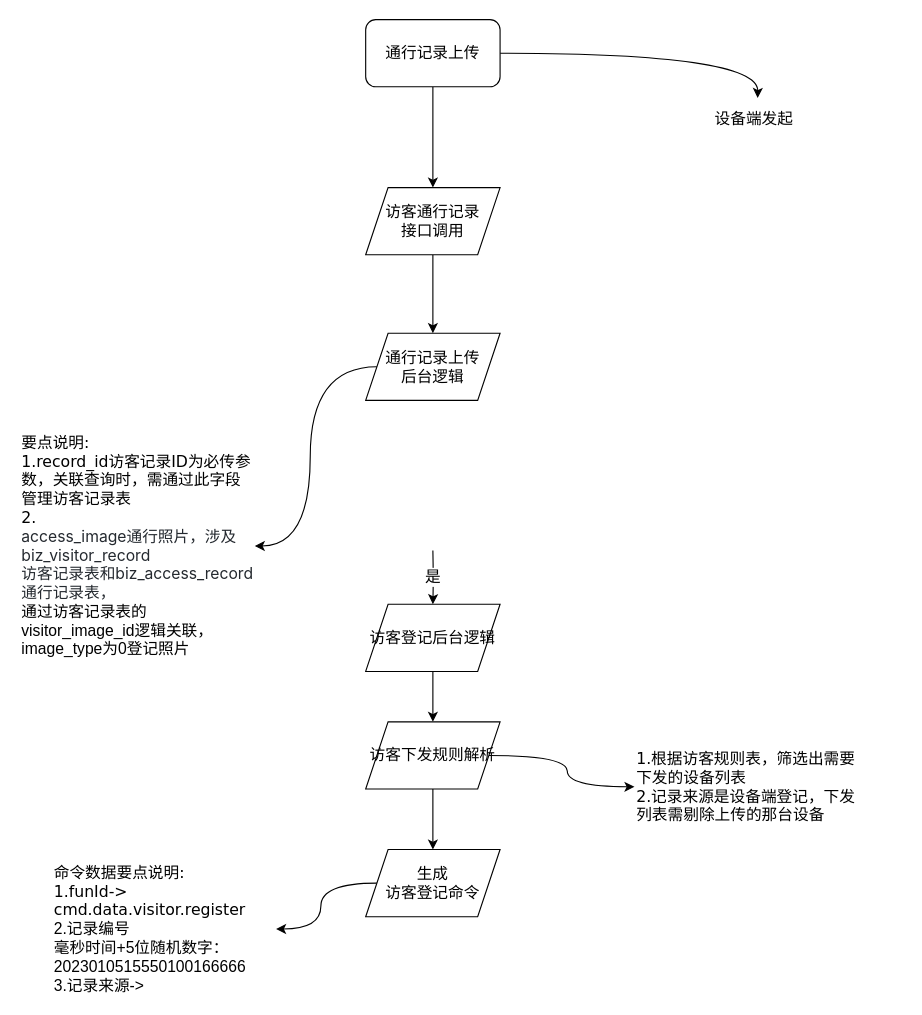
Above: page "通行记录上传" (11 of 11) of 访客功能-线下平台和设备交互流程.drawio in chwnjianhui/draw.io (draw.io), before the change. Source tidied: cells renumbered, new cells numbered last; positions are measured from the earlier drawing's top-left corner, leaving out a move shared by most shapes. Both pictures are drawn from the tidied source at 112%, with x=0, y=0 at pixel (19, 19).
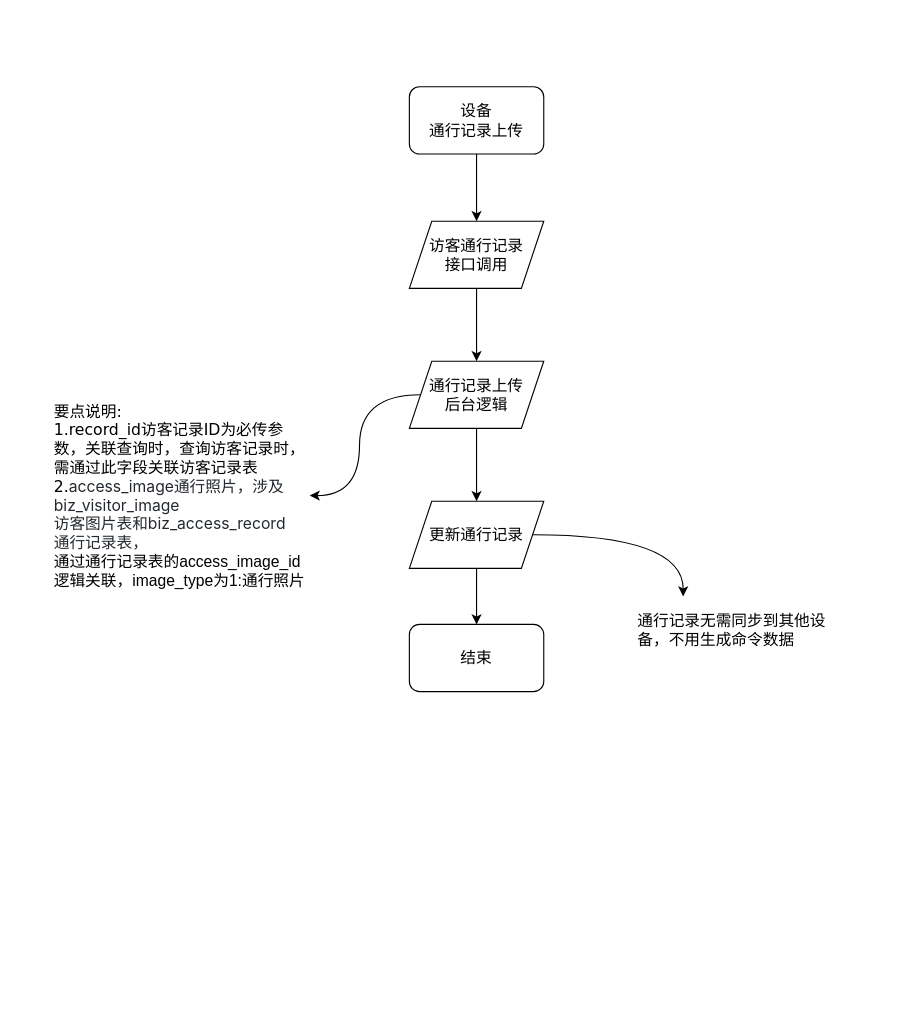
After the change.

The edit, as a diff of the source:
```diff
@@
-    <mxCell id="2" style="edgeStyle=orthogonalEdgeStyle;curved=1;rounded=0;jettySize=auto;html=1;exitX=1;exitY=0.5;exitDx=0;exitDy=0;fontSize=14;" parent="1" edge="1" source="4">
-      <mxGeometry relative="1" as="geometry">
-        <mxPoint x="659" y="70" as="targetPoint" />
-      </mxGeometry>
-    </mxCell>
@@
-    <mxCell id="4" value="通行记录上传" style="rounded=1;whiteSpace=wrap;html=1;fontSize=14;fillColor=#FFFFFF;" parent="1" vertex="1">
-      <mxGeometry x="309" width="120" height="60" as="geometry" />
+    <mxCell id="4" value="设备&lt;br&gt;通行记录上传" style="rounded=1;whiteSpace=wrap;html=1;fontSize=14;fillColor=#FFFFFF;" parent="1" vertex="1">
+      <mxGeometry x="348" y="60" width="120" height="60" as="geometry" />
     </mxCell>
-    <mxCell id="5" value="是" style="edgeStyle=orthogonalEdgeStyle;curved=1;rounded=0;jettySize=auto;html=1;fontSize=14;" parent="1" edge="1" target="8">
-      <mxGeometry relative="1" as="geometry">
-        <mxPoint x="369" y="474" as="sourcePoint" />
-      </mxGeometry>
-    </mxCell>
@@
-    <mxCell id="7" style="edgeStyle=orthogonalEdgeStyle;curved=1;rounded=0;jettySize=auto;html=1;fontSize=14;" parent="1" edge="1" source="8" target="12">
-      <mxGeometry relative="1" as="geometry" />
-    </mxCell>
-    <mxCell id="8" value="访客登记后台逻辑" style="shape=parallelogram;perimeter=parallelogramPerimeter;whiteSpace=wrap;html=1;fixedSize=1;fontSize=14;fillColor=#FFFFFF;" parent="1" vertex="1">
-      <mxGeometry x="309" y="522" width="120" height="60" as="geometry" />
-    </mxCell>
-    <mxCell id="9" value="&lt;font face=&quot;Verdana&quot;&gt;要点说明:&lt;/font&gt;&lt;br&gt;&lt;div style=&quot;&quot;&gt;&lt;font style=&quot;background-color: initial;&quot; face=&quot;Verdana&quot;&gt;1.record_id访客记录ID为必传参数，关联查询时，需通过此字段管理访客记录表&lt;/font&gt;&lt;/div&gt;&lt;div style=&quot;&quot;&gt;&lt;font style=&quot;background-color: initial;&quot; face=&quot;Verdana&quot;&gt;2.&lt;/font&gt;&lt;/div&gt;&lt;span style=&quot;text-align: center; background-color: rgb(255, 255, 255);&quot;&gt;&lt;div style=&quot;text-align: left;&quot;&gt;&lt;font face=&quot;-apple-system, BlinkMacSystemFont, 微软雅黑, PingFang SC, Helvetica, Arial, Hiragino Sans GB, Microsoft YaHei, SimSun, 宋体, Heiti, 黑体, sans-serif&quot; color=&quot;#24292f&quot;&gt;access_image通行照片，涉及&lt;/font&gt;&lt;font style=&quot;color: rgb(36, 41, 47); font-family: -apple-system, BlinkMacSystemFont, 微软雅黑, &amp;quot;PingFang SC&amp;quot;, Helvetica, Arial, &amp;quot;Hiragino Sans GB&amp;quot;, &amp;quot;Microsoft YaHei&amp;quot;, SimSun, 宋体, Heiti, 黑体, sans-serif; background-color: initial; text-align: left;&quot; face=&quot;-apple-system, BlinkMacSystemFont, 微软雅黑, PingFang SC, Helvetica, Arial, Hiragino Sans GB, Microsoft YaHei, SimSun, 宋体, Heiti, 黑体, sans-serif&quot; color=&quot;#24292f&quot;&gt;biz_visitor_record&lt;/font&gt;&lt;/div&gt;&lt;div style=&quot;text-align: left;&quot;&gt;&lt;font face=&quot;-apple-system, BlinkMacSystemFont, 微软雅黑, PingFang SC, Helvetica, Arial, Hiragino Sans GB, Microsoft YaHei, SimSun, 宋体, Heiti, 黑体, sans-serif&quot; color=&quot;#24292f&quot;&gt;访客记录表&lt;/font&gt;&lt;font style=&quot;background-color: initial; color: rgb(36, 41, 47); font-family: -apple-system, BlinkMacSystemFont, 微软雅黑, &amp;quot;PingFang SC&amp;quot;, Helvetica, Arial, &amp;quot;Hiragino Sans GB&amp;quot;, &amp;quot;Microsoft YaHei&amp;quot;, SimSun, 宋体, Heiti, 黑体, sans-serif;&quot; face=&quot;-apple-system, BlinkMacSystemFont, 微软雅黑, PingFang SC, Helvetica, Arial, Hiragino Sans GB, Microsoft YaHei, SimSun, 宋体, Heiti, 黑体, sans-serif&quot; color=&quot;#24292f&quot;&gt;和&lt;/font&gt;&lt;span style=&quot;background-color: initial;&quot;&gt;&lt;font face=&quot;-apple-system, BlinkMacSystemFont, 微软雅黑, PingFang SC, Helvetica, Arial, Hiragino Sans GB, Microsoft YaHei, SimSun, 宋体, Heiti, 黑体, sans-serif&quot; color=&quot;#24292f&quot;&gt;biz_access_record&lt;/font&gt;&lt;/span&gt;&lt;/div&gt;&lt;div style=&quot;text-align: left;&quot;&gt;&lt;font face=&quot;-apple-system, BlinkMacSystemFont, 微软雅黑, PingFang SC, Helvetica, Arial, Hiragino Sans GB, Microsoft YaHei, SimSun, 宋体, Heiti, 黑体, sans-serif&quot; color=&quot;#24292f&quot;&gt;通行记录表&lt;/font&gt;&lt;span style=&quot;color: rgb(36, 41, 47); font-family: -apple-system, BlinkMacSystemFont, 微软雅黑, &amp;quot;PingFang SC&amp;quot;, Helvetica, Arial, &amp;quot;Hiragino Sans GB&amp;quot;, &amp;quot;Microsoft YaHei&amp;quot;, SimSun, 宋体, Heiti, 黑体, sans-serif; background-color: initial;&quot;&gt;，&lt;/span&gt;&lt;/div&gt;&lt;/span&gt;通过访客记录表的visitor_image_id逻辑关联，image_type为0登记照片" style="text;html=1;strokeColor=none;fillColor=none;align=left;verticalAlign=middle;whiteSpace=wrap;rounded=0;fontSize=14;" parent="1" vertex="1">
-      <mxGeometry y="380" width="210" height="180" as="geometry" />
+    <mxCell id="9" value="&lt;font face=&quot;Verdana&quot;&gt;要点说明:&lt;/font&gt;&lt;br&gt;&lt;div style=&quot;&quot;&gt;&lt;font style=&quot;background-color: initial;&quot; face=&quot;Verdana&quot;&gt;1.record_id访客记录ID为必传参数，关联查询时，查询访客记录时，需通过此字段关联访客记录表&lt;/font&gt;&lt;/div&gt;&lt;div style=&quot;&quot;&gt;&lt;font style=&quot;background-color: initial;&quot; face=&quot;Verdana&quot;&gt;2.&lt;/font&gt;&lt;span style=&quot;color: rgb(36, 41, 47); font-family: -apple-system, BlinkMacSystemFont, 微软雅黑, &amp;quot;PingFang SC&amp;quot;, Helvetica, Arial, &amp;quot;Hiragino Sans GB&amp;quot;, &amp;quot;Microsoft YaHei&amp;quot;, SimSun, 宋体, Heiti, 黑体, sans-serif; background-color: rgb(255, 255, 255);&quot;&gt;access_image通行照片，涉及&lt;/span&gt;&lt;/div&gt;&lt;span style=&quot;text-align: center; background-color: rgb(255, 255, 255);&quot;&gt;&lt;div style=&quot;text-align: left;&quot;&gt;&lt;font face=&quot;-apple-system, BlinkMacSystemFont, 微软雅黑, PingFang SC, Helvetica, Arial, Hiragino Sans GB, Microsoft YaHei, SimSun, 宋体, Heiti, 黑体, sans-serif&quot; color=&quot;#24292f&quot;&gt;biz_visitor_image&lt;/font&gt;&lt;/div&gt;&lt;div style=&quot;text-align: left;&quot;&gt;&lt;font face=&quot;-apple-system, BlinkMacSystemFont, 微软雅黑, PingFang SC, Helvetica, Arial, Hiragino Sans GB, Microsoft YaHei, SimSun, 宋体, Heiti, 黑体, sans-serif&quot; color=&quot;#24292f&quot;&gt;访客图片表&lt;/font&gt;&lt;font style=&quot;background-color: initial; color: rgb(36, 41, 47); font-family: -apple-system, BlinkMacSystemFont, 微软雅黑, &amp;quot;PingFang SC&amp;quot;, Helvetica, Arial, &amp;quot;Hiragino Sans GB&amp;quot;, &amp;quot;Microsoft YaHei&amp;quot;, SimSun, 宋体, Heiti, 黑体, sans-serif;&quot; face=&quot;-apple-system, BlinkMacSystemFont, 微软雅黑, PingFang SC, Helvetica, Arial, Hiragino Sans GB, Microsoft YaHei, SimSun, 宋体, Heiti, 黑体, sans-serif&quot; color=&quot;#24292f&quot;&gt;和&lt;/font&gt;&lt;span style=&quot;background-color: initial;&quot;&gt;&lt;font face=&quot;-apple-system, BlinkMacSystemFont, 微软雅黑, PingFang SC, Helvetica, Arial, Hiragino Sans GB, Microsoft YaHei, SimSun, 宋体, Heiti, 黑体, sans-serif&quot; color=&quot;#24292f&quot;&gt;biz_access_record&lt;/font&gt;&lt;/span&gt;&lt;/div&gt;&lt;div style=&quot;text-align: left;&quot;&gt;&lt;font face=&quot;-apple-system, BlinkMacSystemFont, 微软雅黑, PingFang SC, Helvetica, Arial, Hiragino Sans GB, Microsoft YaHei, SimSun, 宋体, Heiti, 黑体, sans-serif&quot; color=&quot;#24292f&quot;&gt;通行记录表，&lt;/font&gt;&lt;/div&gt;&lt;/span&gt;通过通行记录表的access_image_id逻辑关联，image_type为1:通行照片" style="text;html=1;strokeColor=none;fillColor=none;align=left;verticalAlign=middle;whiteSpace=wrap;rounded=0;fontSize=14;" parent="1" vertex="1">
+      <mxGeometry x="29" y="335" width="230" height="180" as="geometry" />
     </mxCell>
-    <mxCell id="10" style="edgeStyle=orthogonalEdgeStyle;curved=1;rounded=0;jettySize=auto;html=1;fontSize=14;" parent="1" edge="1" source="12" target="14">
-      <mxGeometry relative="1" as="geometry" />
-    </mxCell>
-    <mxCell id="11" style="edgeStyle=orthogonalEdgeStyle;curved=1;rounded=0;jettySize=auto;html=1;exitX=1;exitY=0.5;exitDx=0;exitDy=0;fontSize=14;" parent="1" edge="1" source="12" target="19">
-      <mxGeometry relative="1" as="geometry" />
-    </mxCell>
-    <mxCell id="12" value="访客下发规则解析" style="shape=parallelogram;perimeter=parallelogramPerimeter;whiteSpace=wrap;html=1;fixedSize=1;fontSize=14;fillColor=#FFFFFF;" parent="1" vertex="1">
-      <mxGeometry x="309" y="627" width="120" height="60" as="geometry" />
-    </mxCell>
-    <mxCell id="13" style="edgeStyle=orthogonalEdgeStyle;curved=1;rounded=0;jettySize=auto;html=1;exitX=0;exitY=0.5;exitDx=0;exitDy=0;entryX=1;entryY=0.5;entryDx=0;entryDy=0;fontSize=14;" parent="1" edge="1" source="14" target="16">
-      <mxGeometry relative="1" as="geometry" />
-    </mxCell>
-    <mxCell id="14" value="生成&lt;br&gt;访客登记命令" style="shape=parallelogram;perimeter=parallelogramPerimeter;whiteSpace=wrap;html=1;fixedSize=1;fontSize=14;fillColor=#FFFFFF;" parent="1" vertex="1">
-      <mxGeometry x="309" y="741" width="120" height="60" as="geometry" />
-    </mxCell>
-    <mxCell id="15" value="&lt;span style=&quot;font-family: Verdana; font-size: 14px;&quot;&gt;设备端发起&lt;br style=&quot;font-size: 14px;&quot;&gt;&lt;/span&gt;" style="text;html=1;strokeColor=none;fillColor=none;align=left;verticalAlign=middle;whiteSpace=wrap;rounded=0;fontSize=14;" parent="1" vertex="1">
-      <mxGeometry x="619" y="69" width="170" height="40" as="geometry" />
-    </mxCell>
-    <mxCell id="16" value="&lt;font face=&quot;Verdana&quot;&gt;命令数据要点说明:&lt;/font&gt;&lt;br&gt;&lt;font face=&quot;Verdana&quot;&gt;1.funId-&amp;gt; cmd.data.visitor.register&lt;br&gt;&lt;/font&gt;2.记录编号&lt;br&gt;毫秒时间+5位随机数字：2023010515550100166666&lt;br&gt;3.记录来源-&amp;gt;" style="text;html=1;strokeColor=none;fillColor=none;align=left;verticalAlign=middle;whiteSpace=wrap;rounded=0;fontSize=14;" parent="1" vertex="1">
-      <mxGeometry x="29" y="757" width="200" height="110" as="geometry" />
-    </mxCell>
     <mxCell id="17" style="edgeStyle=orthogonalEdgeStyle;curved=1;rounded=0;jettySize=auto;html=1;fontSize=14;" parent="1" edge="1" source="18">
       <mxGeometry relative="1" as="geometry">
-        <mxPoint x="369" y="280" as="targetPoint" />
+        <mxPoint x="408" y="305" as="targetPoint" />
       </mxGeometry>
     </mxCell>
     <mxCell id="18" value="访客通行记录&lt;br&gt;接口调用" style="shape=parallelogram;perimeter=parallelogramPerimeter;whiteSpace=wrap;html=1;fixedSize=1;fontSize=14;fillColor=#FFFFFF;" parent="1" vertex="1">
-      <mxGeometry x="309" y="150" width="120" height="60" as="geometry" />
+      <mxGeometry x="348" y="180" width="120" height="60" as="geometry" />
     </mxCell>
-    <mxCell id="19" value="&lt;span style=&quot;font-family: Verdana; font-size: 14px;&quot;&gt;1.根据访客规则表，筛选出需要下发的设备列表&lt;br&gt;2.记录来源是设备端登记，下发列表需剔除上传的那台设备&lt;br style=&quot;font-size: 14px;&quot;&gt;&lt;/span&gt;" style="text;html=1;strokeColor=none;fillColor=none;align=left;verticalAlign=middle;whiteSpace=wrap;rounded=0;fontSize=14;" parent="1" vertex="1">
-      <mxGeometry x="549" y="665" width="200" height="40" as="geometry" />
-    </mxCell>
+    <mxCell id="21" style="edgeStyle=orthogonalEdgeStyle;rounded=0;jettySize=auto;html=1;" parent="1" edge="1" source="20" target="23">
+      <mxGeometry relative="1" as="geometry" />
+    </mxCell>
     <mxCell id="20" value="通行记录上传&lt;br&gt;后台逻辑" style="shape=parallelogram;perimeter=parallelogramPerimeter;whiteSpace=wrap;html=1;fixedSize=1;fontSize=14;fillColor=#FFFFFF;" parent="1" vertex="1">
-      <mxGeometry x="309" y="280" width="120" height="60" as="geometry" />
+      <mxGeometry x="348" y="305" width="120" height="60" as="geometry" />
     </mxCell>
+    <mxCell id="22" style="edgeStyle=orthogonalEdgeStyle;rounded=0;jettySize=auto;html=1;" parent="1" edge="1" source="23" target="24">
+      <mxGeometry relative="1" as="geometry" />
+    </mxCell>
+    <mxCell id="23" value="更新通行记录" style="shape=parallelogram;perimeter=parallelogramPerimeter;whiteSpace=wrap;html=1;fixedSize=1;fontSize=14;fillColor=#FFFFFF;" parent="1" vertex="1">
+      <mxGeometry x="348" y="430" width="120" height="60" as="geometry" />
+    </mxCell>
+    <mxCell id="24" value="结束" style="rounded=1;whiteSpace=wrap;html=1;fontSize=14;fillColor=#FFFFFF;" parent="1" vertex="1">
+      <mxGeometry x="348" y="540" width="120" height="60" as="geometry" />
+    </mxCell>
+    <mxCell id="25" value="&lt;font face=&quot;Verdana&quot;&gt;通行记录无需同步到其他设备，不用生成命令数据&lt;/font&gt;" style="text;html=1;strokeColor=none;fillColor=none;align=left;verticalAlign=middle;whiteSpace=wrap;rounded=0;fontSize=14;" parent="1" vertex="1">
+      <mxGeometry x="550" y="515" width="170" height="60" as="geometry" />
+    </mxCell>
+    <mxCell id="26" style="edgeStyle=orthogonalEdgeStyle;curved=1;rounded=0;jettySize=auto;html=1;exitX=1;exitY=0.5;exitDx=0;exitDy=0;fontSize=14;entryX=0.25;entryY=0;entryDx=0;entryDy=0;" parent="1" edge="1" source="23" target="25">
+      <mxGeometry relative="1" as="geometry" />
+    </mxCell>
```
